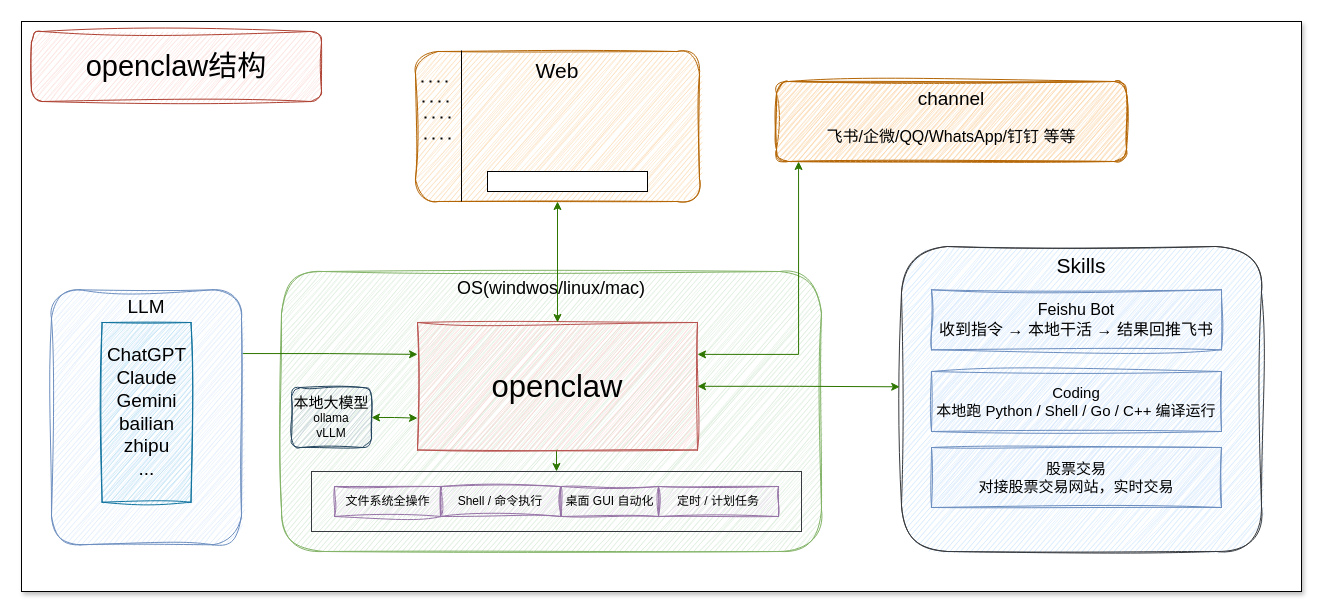
The draw.io diagram openclaw结构图.drawio in Jacksliwen/others, before the edit. Source tidied: cells renumbered, new cells numbered last; positions are measured from the earlier drawing's top-left corner, leaving out a move shared by most shapes. Both pictures are drawn from the tidied source at 100%, with x=0, y=0 at pixel (21, 21).
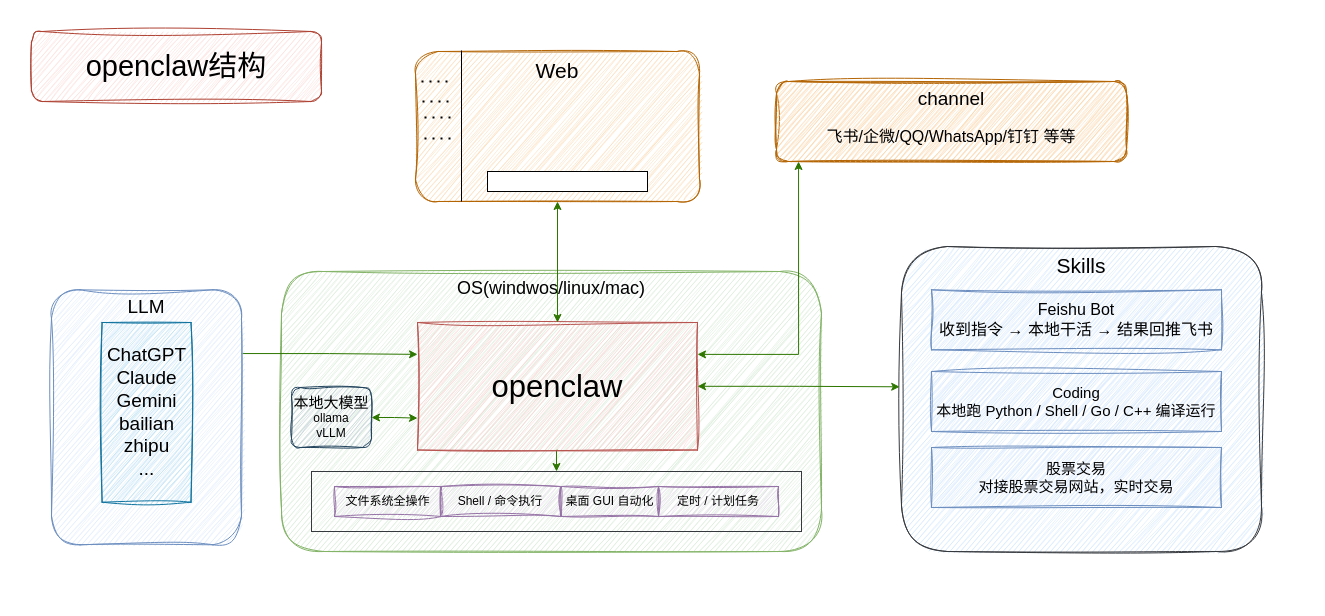
Above is the later version.

Commit message:
更新openclaw结构图.drawio

What changed in the source:
```diff
@@
-    <mxCell id="2" style="whiteSpace=wrap;html=1;shadow=1;glass=0;rounded=0;labelBackgroundColor=none;" parent="1" vertex="1">
+    <mxCell id="2" style="whiteSpace=wrap;html=1;shadow=0;glass=0;rounded=0;labelBackgroundColor=none;strokeColor=none;" parent="1" vertex="1">
       <mxGeometry width="1280" height="570" as="geometry" />
     </mxCell>
```
